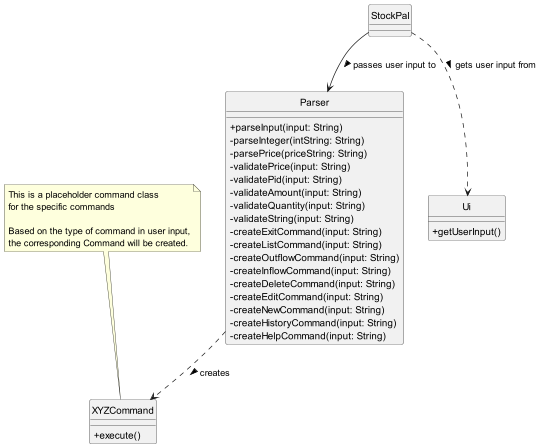
Above: docs/images/ParserClassDiagram.png in leongxingyu/tp (PlantUML), before the change.
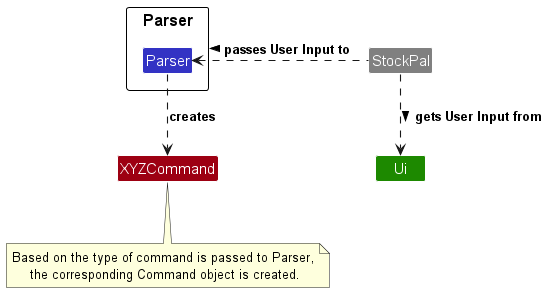
Later version of the same file.

What changed in the source:
```diff
@@ -1,46 +1,20 @@
 @startuml
+!include style.puml
+skinparam arrowThickness 1.1
+skinparam classBackgroundColor UI_COLOR
 
-hide circles
-skinparam classAttributeIconSize 0
-
-class Parser {
-    + parseInput(input: String)
-    - parseInteger(intString: String)
-    - parsePrice(priceString: String)
-    - validatePrice(input: String)
-    - validatePid(input: String)
-    - validateAmount(input: String)
-    - validateQuantity(input: String)
-    - validateString(input: String)
-    - createExitCommand(input: String)
-    - createListCommand(input: String)
-    - createOutflowCommand(input: String)
-    - createInflowCommand(input: String)
-    - createDeleteCommand(input: String)
-    - createEditCommand(input: String)
-    - createNewCommand(input: String)
-    - createHistoryCommand(input: String)
-    - createHelpCommand(input: String)
-
+package Parser as ParserPackage {
+    Class "Parser" as Parser PARSER_COLOR
 }
 
-class StockPal
-class XYZCommand
-class Ui
+Class Ui UI_COLOR
+Class XYZCommand COMMANDS_COLOR
+Class StockPal STOCKPAL_COLOR
 
-XYZCommand : + execute()
-Ui : + getUserInput()
+StockPal ..> Ui : gets User Input from >
+StockPal -left.> Parser : passes User Input to >
+Parser -down.> XYZCommand : creates
 
-StockPal --> Parser: passes user input to >
-StockPal ..> Ui: gets user input from >
-Parser ..> XYZCommand: creates >
-
-note top of XYZCommand
-This is a placeholder command class
-for the specific commands
-
-Based on the type of command in user input,
-the corresponding Command will be created.
-end note
+note bottom of XYZCommand : Based on the type of command is passed to Parser,\n the corresponding Command object is created.
 
 @enduml
```
